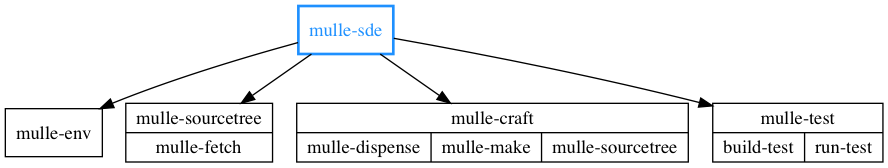
Earlier version of the Graphviz export dox/mulle-sde-overview.png (mulle-sde/mulle-sde). Its source is kept beside it as dox/mulle-sde-overview.dot.
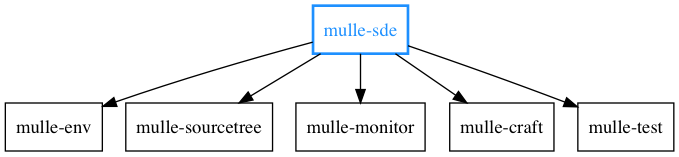
Later version of the same file.

What changed in the source:
```diff
@@ -1,21 +1,13 @@
 digraph G {
     graph [rankdir = TD];
 
-    node[shape=record];
+    node[ shape=record];
 
-    subgraph agnostic
-    {
-        label = "Language agnostic";
+    "mulle-sde" -> "mulle-env"
+    "mulle-sde" -> "mulle-sourcetree"
+    "mulle-sde" -> "mulle-monitor"
+    "mulle-sde" -> "mulle-craft"
+    "mulle-sde" -> "mulle-test"
 
-        "mulle-sde" -> "mulle-env"
-        "mulle-sde" -> "mulle-sourcetree"
-        "mulle-sde" -> "mulle-craft"
-        "mulle-sde" -> "mulle-test"
-
-        "mulle-sde"   [ color="dodgerblue"; fontcolor="dodgerblue"; penwidth="2"]
-        "mulle-env"   [ label="mulle-env" ];
-        "mulle-test"  [ label="{ mulle-test|{<p0>build-test|<p1>run-test} }"];
-        "mulle-craft" [ label="{ mulle-craft|{<p0>mulle-dispense|<p1>mulle-make|<p1>mulle-sourcetree} }"];
-        "mulle-sourcetree" [ label="{ mulle-sourcetree|{<p0>mulle-fetch} }"];
-    }
+    "mulle-sde"   [ color="dodgerblue"; fontcolor="dodgerblue"; penwidth="2"]
 }
```
